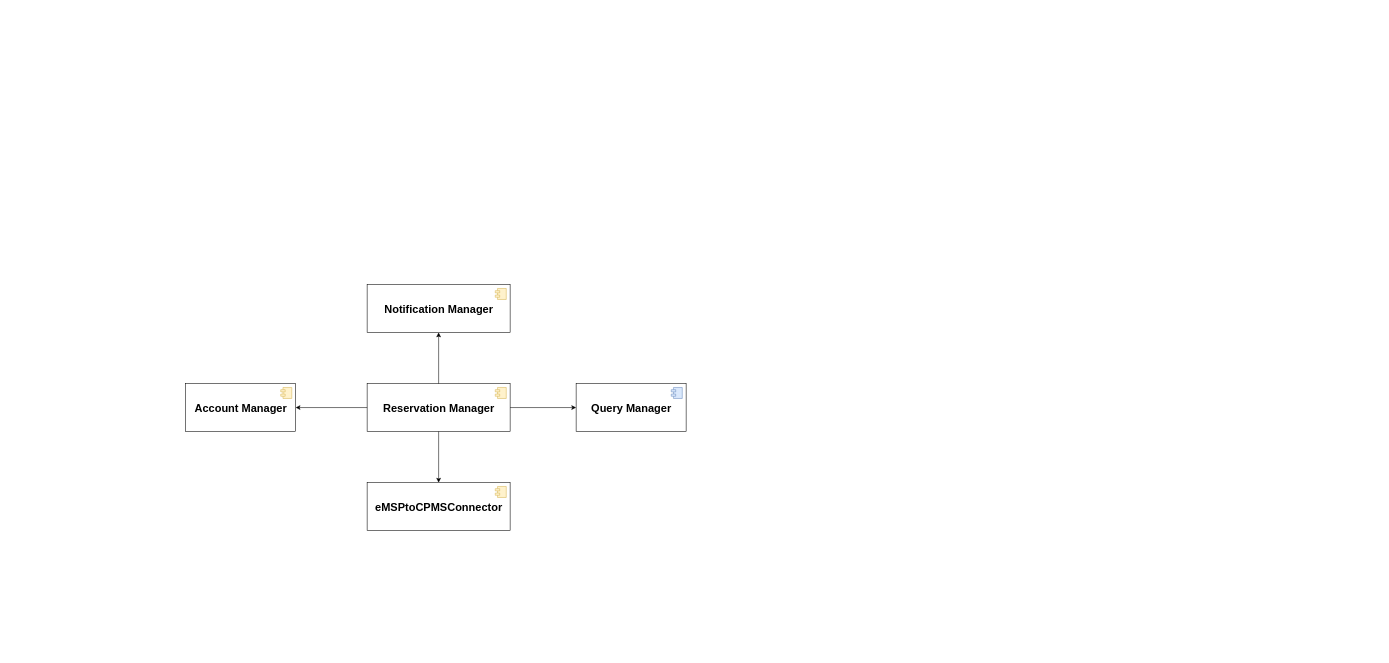
gio-del/eMall keeps this draw.io diagram as DD/src/Integration/eMSP_Overview.drawio. Above is the earlier version. Source tidied: cells renumbered, new cells numbered last; positions are measured from the earlier drawing's top-left corner, leaving out a move shared by most shapes. Both pictures are drawn from the tidied source at 55%, with x=0, y=0 at pixel (185, 284).
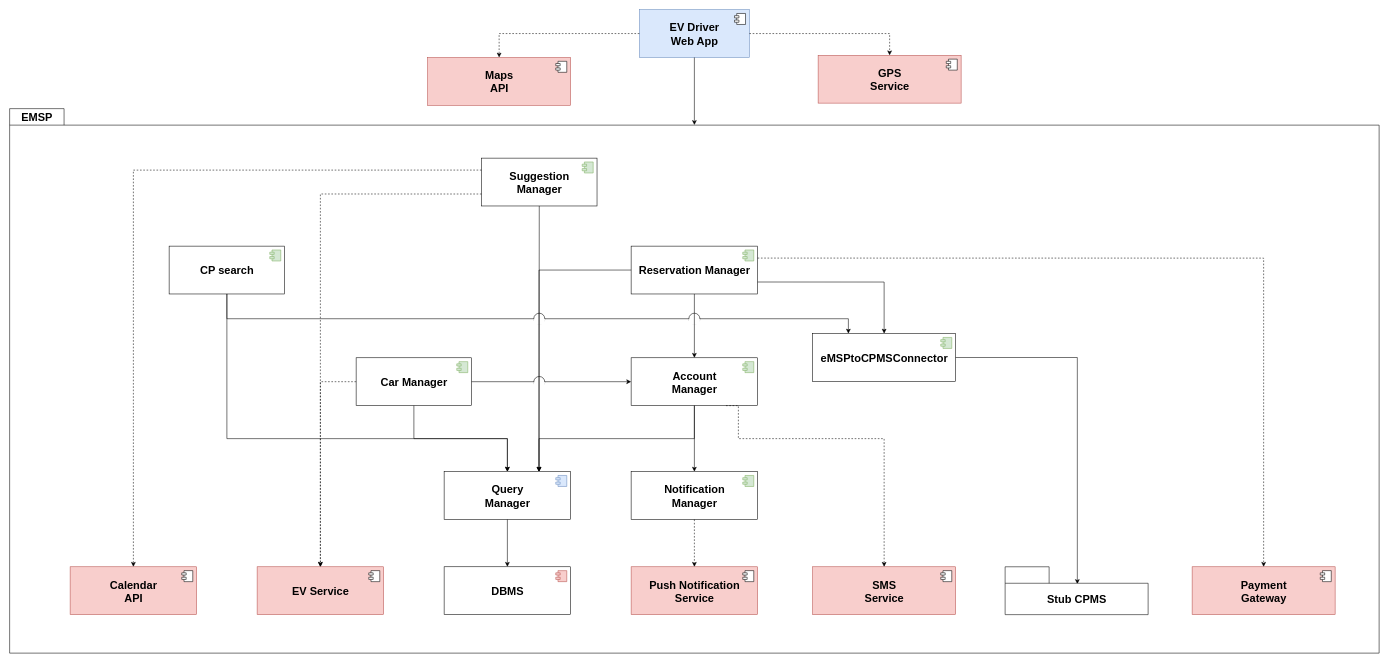
Above is the later version.

Commit message (it also covers changes not shown here):
emsp integration

Diff of the diagram source:
```diff
@@
-    <mxCell id="2" value="&lt;b style=&quot;font-size: 20px&quot;&gt;Account Manager&lt;/b&gt;" style="html=1;fontSize=20;sketch=0;" parent="1" vertex="1">
-      <mxGeometry y="180" width="200" height="87" as="geometry" />
-    </mxCell>
-    <mxCell id="3" style="shape=module;jettyWidth=8;jettyHeight=4;fontSize=20;fillColor=#fff2cc;strokeColor=#d6b656;" parent="2" vertex="1">
-      <mxGeometry x="1" width="20" height="20" relative="1" as="geometry">
-        <mxPoint x="-27" y="7" as="offset" />
-      </mxGeometry>
-    </mxCell>
-    <mxCell id="4" value="&lt;b style=&quot;font-size: 20px&quot;&gt;Query Manager&lt;/b&gt;" style="html=1;fontSize=20;fontStyle=0;" parent="1" vertex="1">
-      <mxGeometry x="710" y="180" width="200" height="87" as="geometry" />
-    </mxCell>
-    <mxCell id="5" style="shape=module;jettyWidth=8;jettyHeight=4;fontSize=20;fillColor=#dae8fc;strokeColor=#6c8ebf;" parent="4" vertex="1">
-      <mxGeometry x="1" width="20" height="20" relative="1" as="geometry">
-        <mxPoint x="-27" y="7" as="offset" />
-      </mxGeometry>
-    </mxCell>
+    <mxCell id="16" style="shape=folder;fontStyle=1;tabWidth=80;tabHeight=30;tabPosition=left;html=1;boundedLbl=1;fontSize=20;" parent="1" vertex="1">
+      <mxGeometry x="-320" y="-320" width="2490" height="990" as="geometry" />
+    </mxCell>
     <mxCell id="6" value="&lt;b&gt;Reservation Manager&lt;br&gt;&lt;/b&gt;" style="html=1;fontSize=20;sketch=0;" parent="1" vertex="1">
-      <mxGeometry x="330" y="180" width="260" height="87" as="geometry" />
+      <mxGeometry x="810" y="-70" width="230" height="87" as="geometry" />
     </mxCell>
-    <mxCell id="7" style="shape=module;jettyWidth=8;jettyHeight=4;fontSize=20;fillColor=#fff2cc;strokeColor=#d6b656;" parent="6" vertex="1">
+    <mxCell id="7" style="shape=module;jettyWidth=8;jettyHeight=4;fontSize=20;fillColor=#d5e8d4;strokeColor=#82b366;" parent="6" vertex="1">
       <mxGeometry x="1" width="20" height="20" relative="1" as="geometry">
         <mxPoint x="-27" y="7" as="offset" />
       </mxGeometry>
     </mxCell>
-    <mxCell id="8" style="endArrow=classic;html=1;entryX=1;entryY=0.5;entryDx=0;entryDy=0;exitX=0;exitY=0.5;exitDx=0;exitDy=0;" parent="1" edge="1" source="6" target="2">
-      <mxGeometry relative="1" as="geometry" />
-    </mxCell>
-    <mxCell id="9" style="endArrow=classic;html=1;entryX=0;entryY=0.5;entryDx=0;entryDy=0;exitX=1;exitY=0.5;exitDx=0;exitDy=0;" parent="1" edge="1" source="6" target="4">
-      <mxGeometry relative="1" as="geometry" />
-    </mxCell>
     <mxCell id="10" value="&lt;b&gt;eMSPtoCPMSConnector&lt;/b&gt;" style="html=1;fontSize=20;sketch=0;" parent="1" vertex="1">
-      <mxGeometry x="330" y="360" width="260" height="87" as="geometry" />
+      <mxGeometry x="1140" y="89" width="260" height="87" as="geometry" />
     </mxCell>
-    <mxCell id="11" style="shape=module;jettyWidth=8;jettyHeight=4;fontSize=20;fillColor=#fff2cc;strokeColor=#d6b656;" parent="10" vertex="1">
+    <mxCell id="11" style="shape=module;jettyWidth=8;jettyHeight=4;fontSize=20;fillColor=#d5e8d4;strokeColor=#82b366;" parent="10" vertex="1">
       <mxGeometry x="1" width="20" height="20" relative="1" as="geometry">
         <mxPoint x="-27" y="7" as="offset" />
       </mxGeometry>
     </mxCell>
-    <mxCell id="12" style="endArrow=classic;html=1;exitX=0.5;exitY=1;exitDx=0;exitDy=0;" parent="1" edge="1" source="6" target="10">
-      <mxGeometry relative="1" as="geometry" />
-    </mxCell>
-    <mxCell id="13" value="&lt;b&gt;Notification Manager&lt;/b&gt;" style="html=1;fontSize=20;sketch=0;" parent="1" vertex="1">
-      <mxGeometry x="330" width="260" height="87" as="geometry" />
+    <mxCell id="13" value="&lt;b&gt;Notification&lt;br&gt;Manager&lt;/b&gt;" style="html=1;fontSize=20;sketch=0;" parent="1" vertex="1">
+      <mxGeometry x="810" y="340" width="230" height="87" as="geometry" />
     </mxCell>
-    <mxCell id="14" style="shape=module;jettyWidth=8;jettyHeight=4;fontSize=20;fillColor=#fff2cc;strokeColor=#d6b656;" parent="13" vertex="1">
+    <mxCell id="14" style="shape=module;jettyWidth=8;jettyHeight=4;fontSize=20;fillColor=#d5e8d4;strokeColor=#82b366;" parent="13" vertex="1">
       <mxGeometry x="1" width="20" height="20" relative="1" as="geometry">
         <mxPoint x="-27" y="7" as="offset" />
       </mxGeometry>
     </mxCell>
-    <mxCell id="15" style="endArrow=classic;html=1;exitX=0.5;exitY=0;exitDx=0;exitDy=0;entryX=0.5;entryY=1;entryDx=0;entryDy=0;" parent="1" edge="1" source="6" target="13">
-      <mxGeometry relative="1" as="geometry" />
-    </mxCell>
+    <mxCell id="17" value="&lt;b style=&quot;font-size: 20px;&quot;&gt;DBMS&lt;/b&gt;" style="html=1;fontSize=20;fontStyle=0;" parent="1" vertex="1">
+      <mxGeometry x="470" y="513" width="230" height="87" as="geometry" />
+    </mxCell>
+    <mxCell id="18" style="shape=module;jettyWidth=8;jettyHeight=4;fontSize=20;fillColor=#f8cecc;strokeColor=#b85450;" parent="17" vertex="1">
+      <mxGeometry x="1" width="20" height="20" relative="1" as="geometry">
+        <mxPoint x="-27" y="7" as="offset" />
+      </mxGeometry>
+    </mxCell>
+    <mxCell id="19" value="&lt;b style=&quot;font-size: 20px&quot;&gt;EV Driver&lt;br&gt;Web App&lt;br&gt;&lt;/b&gt;" style="html=1;fontSize=20;fontStyle=0;fillColor=#dae8fc;strokeColor=#6c8ebf;" parent="1" vertex="1">
+      <mxGeometry x="825" y="-500" width="200" height="87" as="geometry" />
+    </mxCell>
+    <mxCell id="20" style="shape=module;jettyWidth=8;jettyHeight=4;fontSize=20;" parent="19" vertex="1">
+      <mxGeometry x="1" width="20" height="20" relative="1" as="geometry">
+        <mxPoint x="-27" y="7" as="offset" />
+      </mxGeometry>
+    </mxCell>
+    <mxCell id="4" value="&lt;b style=&quot;font-size: 20px&quot;&gt;Query&lt;br&gt;Manager&lt;br&gt;&lt;/b&gt;" style="html=1;fontSize=20;fontStyle=0;" parent="1" vertex="1">
+      <mxGeometry x="470" y="340" width="230" height="87" as="geometry" />
+    </mxCell>
+    <mxCell id="21" style="shape=module;jettyWidth=8;jettyHeight=4;fontSize=20;fillColor=#dae8fc;strokeColor=#6c8ebf;" parent="4" vertex="1">
+      <mxGeometry x="1" width="20" height="20" relative="1" as="geometry">
+        <mxPoint x="-27" y="7" as="offset" />
+      </mxGeometry>
+    </mxCell>
+    <mxCell id="22" value="&lt;b style=&quot;font-size: 20px&quot;&gt;Push Notification&lt;br&gt;Service&lt;br&gt;&lt;/b&gt;" style="html=1;fontSize=20;fontStyle=0;fillColor=#f8cecc;strokeColor=#b85450;" parent="1" vertex="1">
+      <mxGeometry x="810" y="513" width="230" height="87" as="geometry" />
+    </mxCell>
+    <mxCell id="23" style="shape=module;jettyWidth=8;jettyHeight=4;fontSize=20;" parent="22" vertex="1">
+      <mxGeometry x="1" width="20" height="20" relative="1" as="geometry">
+        <mxPoint x="-27" y="7" as="offset" />
+      </mxGeometry>
+    </mxCell>
+    <mxCell id="24" style="endArrow=classic;html=1;exitX=0.5;exitY=1;exitDx=0;exitDy=0;entryX=0.5;entryY=0;entryDx=0;entryDy=0;dashed=1;" parent="1" edge="1" source="13" target="22">
+      <mxGeometry relative="1" as="geometry" />
+    </mxCell>
+    <mxCell id="25" style="endArrow=classic;html=1;exitX=0.5;exitY=1;exitDx=0;exitDy=0;" parent="1" edge="1" source="4" target="17">
+      <mxGeometry relative="1" as="geometry" />
+    </mxCell>
+    <mxCell id="2" value="&lt;b style=&quot;font-size: 20px&quot;&gt;Account&lt;br&gt;Manager&lt;br&gt;&lt;/b&gt;" style="html=1;fontSize=20;fontStyle=0;" parent="1" vertex="1">
+      <mxGeometry x="810" y="133" width="230" height="87" as="geometry" />
+    </mxCell>
+    <mxCell id="26" style="shape=module;jettyWidth=8;jettyHeight=4;fontSize=20;fillColor=#d5e8d4;strokeColor=#82b366;" parent="2" vertex="1">
+      <mxGeometry x="1" width="20" height="20" relative="1" as="geometry">
+        <mxPoint x="-27" y="7" as="offset" />
+      </mxGeometry>
+    </mxCell>
+    <mxCell id="27" style="endArrow=classic;html=1;exitX=0.5;exitY=1;exitDx=0;exitDy=0;edgeStyle=orthogonalEdgeStyle;rounded=0;entryX=0.75;entryY=0;entryDx=0;entryDy=0;" parent="1" edge="1" source="2" target="4">
+      <mxGeometry relative="1" as="geometry">
+        <Array as="points">
+          <mxPoint x="925" y="280" />
+          <mxPoint x="643" y="280" />
+          <mxPoint x="643" y="340" />
+        </Array>
+      </mxGeometry>
+    </mxCell>
+    <mxCell id="28" value="&lt;b style=&quot;font-size: 20px&quot;&gt;SMS&lt;br&gt;Service&lt;br&gt;&lt;/b&gt;" style="html=1;fontSize=20;fontStyle=0;fillColor=#f8cecc;strokeColor=#b85450;" parent="1" vertex="1">
+      <mxGeometry x="1140" y="513" width="260" height="87" as="geometry" />
+    </mxCell>
+    <mxCell id="29" style="shape=module;jettyWidth=8;jettyHeight=4;fontSize=20;" parent="28" vertex="1">
+      <mxGeometry x="1" width="20" height="20" relative="1" as="geometry">
+        <mxPoint x="-27" y="7" as="offset" />
+      </mxGeometry>
+    </mxCell>
+    <mxCell id="30" style="endArrow=classic;html=1;rounded=0;exitX=0.75;exitY=1;exitDx=0;exitDy=0;entryX=0.5;entryY=0;entryDx=0;entryDy=0;dashed=1;edgeStyle=orthogonalEdgeStyle;" parent="1" edge="1" source="2" target="28">
+      <mxGeometry relative="1" as="geometry">
+        <Array as="points">
+          <mxPoint x="1005" y="280" />
+          <mxPoint x="1270" y="280" />
+        </Array>
+      </mxGeometry>
+    </mxCell>
+    <mxCell id="31" style="endArrow=classic;html=1;rounded=0;exitX=0.5;exitY=1;exitDx=0;exitDy=0;entryX=0.5;entryY=0;entryDx=0;entryDy=0;edgeStyle=orthogonalEdgeStyle;" parent="1" edge="1" source="2" target="13">
+      <mxGeometry relative="1" as="geometry" />
+    </mxCell>
+    <mxCell id="12" style="endArrow=classic;html=1;rounded=0;exitX=1;exitY=0.75;exitDx=0;exitDy=0;entryX=0.5;entryY=0;entryDx=0;entryDy=0;edgeStyle=orthogonalEdgeStyle;" parent="1" edge="1" source="6" target="10">
+      <mxGeometry relative="1" as="geometry" />
+    </mxCell>
+    <mxCell id="32" value="&lt;b style=&quot;font-size: 20px&quot;&gt;Payment&lt;br&gt;Gateway&lt;br&gt;&lt;/b&gt;" style="html=1;fontSize=20;fontStyle=0;fillColor=#f8cecc;strokeColor=#b85450;" parent="1" vertex="1">
+      <mxGeometry x="1830" y="513" width="260" height="87" as="geometry" />
+    </mxCell>
+    <mxCell id="33" style="shape=module;jettyWidth=8;jettyHeight=4;fontSize=20;" parent="32" vertex="1">
+      <mxGeometry x="1" width="20" height="20" relative="1" as="geometry">
+        <mxPoint x="-27" y="7" as="offset" />
+      </mxGeometry>
+    </mxCell>
+    <mxCell id="34" style="endArrow=classic;html=1;rounded=0;exitX=1;exitY=0.25;exitDx=0;exitDy=0;entryX=0.5;entryY=0;entryDx=0;entryDy=0;edgeStyle=orthogonalEdgeStyle;dashed=1;" parent="1" edge="1" source="6" target="32">
+      <mxGeometry relative="1" as="geometry">
+        <Array as="points">
+          <mxPoint x="1960" y="-48" />
+        </Array>
+      </mxGeometry>
+    </mxCell>
+    <mxCell id="35" style="endArrow=classic;html=1;rounded=0;exitX=1;exitY=0.5;exitDx=0;exitDy=0;entryX=0.505;entryY=0.36;entryDx=0;entryDy=0;edgeStyle=orthogonalEdgeStyle;entryPerimeter=0;" parent="1" edge="1" source="10" target="64">
+      <mxGeometry relative="1" as="geometry" />
+    </mxCell>
+    <mxCell id="36" value="&lt;b&gt;CP search&lt;br&gt;&lt;/b&gt;" style="html=1;fontSize=20;sketch=0;" parent="1" vertex="1">
+      <mxGeometry x="-30" y="-70" width="210" height="87" as="geometry" />
+    </mxCell>
+    <mxCell id="37" style="shape=module;jettyWidth=8;jettyHeight=4;fontSize=20;fillColor=#d5e8d4;strokeColor=#82b366;" parent="36" vertex="1">
+      <mxGeometry x="1" width="20" height="20" relative="1" as="geometry">
+        <mxPoint x="-27" y="7" as="offset" />
+      </mxGeometry>
+    </mxCell>
+    <mxCell id="38" style="endArrow=classic;html=1;rounded=0;exitX=0.5;exitY=1;exitDx=0;exitDy=0;entryX=0.25;entryY=0;entryDx=0;entryDy=0;edgeStyle=orthogonalEdgeStyle;" parent="1" edge="1" source="36" target="10">
+      <mxGeometry relative="1" as="geometry">
+        <Array as="points">
+          <mxPoint x="75" y="62" />
+          <mxPoint x="1205" y="62" />
+        </Array>
+      </mxGeometry>
+    </mxCell>
+    <mxCell id="39" style="group;" parent="1" vertex="1">
+      <mxGeometry x="915" y="52" width="20" height="21" as="geometry" />
+    </mxCell>
+    <mxCell id="40" style="ellipse;whiteSpace=wrap;html=1;" parent="39" vertex="1">
+      <mxGeometry width="20" height="20" as="geometry" />
+    </mxCell>
+    <mxCell id="41" style="rounded=0;whiteSpace=wrap;html=1;strokeColor=#FFFFFF;" parent="39" vertex="1">
+      <mxGeometry y="11" width="20" height="10" as="geometry" />
+    </mxCell>
+    <mxCell id="8" style="endArrow=classic;html=1;rounded=0;exitX=0.5;exitY=1;exitDx=0;exitDy=0;entryX=0.5;entryY=0;entryDx=0;entryDy=0;" parent="1" edge="1" source="6" target="2">
+      <mxGeometry relative="1" as="geometry" />
+    </mxCell>
+    <mxCell id="42" style="endArrow=classic;html=1;rounded=0;exitX=0.5;exitY=1;exitDx=0;exitDy=0;entryX=0.5;entryY=0;entryDx=0;entryDy=0;edgeStyle=orthogonalEdgeStyle;" parent="1" edge="1" source="36" target="4">
+      <mxGeometry relative="1" as="geometry">
+        <Array as="points">
+          <mxPoint x="75" y="280" />
+          <mxPoint x="585" y="280" />
+        </Array>
+      </mxGeometry>
+    </mxCell>
+    <mxCell id="43" value="&lt;b&gt;Car Manager&lt;br&gt;&lt;/b&gt;" style="html=1;fontSize=20;sketch=0;" parent="1" vertex="1">
+      <mxGeometry x="310" y="133" width="210" height="87" as="geometry" />
+    </mxCell>
+    <mxCell id="44" style="shape=module;jettyWidth=8;jettyHeight=4;fontSize=20;fillColor=#d5e8d4;strokeColor=#82b366;" parent="43" vertex="1">
+      <mxGeometry x="1" width="20" height="20" relative="1" as="geometry">
+        <mxPoint x="-27" y="7" as="offset" />
+      </mxGeometry>
+    </mxCell>
+    <mxCell id="45" value="&lt;b&gt;Suggestion&lt;br&gt;Manager&lt;br&gt;&lt;/b&gt;" style="html=1;fontSize=20;sketch=0;" parent="1" vertex="1">
+      <mxGeometry x="538" y="-230" width="210" height="87" as="geometry" />
+    </mxCell>
+    <mxCell id="46" style="shape=module;jettyWidth=8;jettyHeight=4;fontSize=20;fillColor=#d5e8d4;strokeColor=#82b366;" parent="45" vertex="1">
+      <mxGeometry x="1" width="20" height="20" relative="1" as="geometry">
+        <mxPoint x="-27" y="7" as="offset" />
+      </mxGeometry>
+    </mxCell>
+    <mxCell id="47" style="group;" parent="1" vertex="1">
+      <mxGeometry x="633" y="52" width="20" height="21" as="geometry" />
+    </mxCell>
+    <mxCell id="48" style="ellipse;whiteSpace=wrap;html=1;" parent="47" vertex="1">
+      <mxGeometry width="20" height="20" as="geometry" />
+    </mxCell>
+    <mxCell id="49" style="rounded=0;whiteSpace=wrap;html=1;strokeColor=#FFFFFF;" parent="47" vertex="1">
+      <mxGeometry y="11" width="20" height="10" as="geometry" />
+    </mxCell>
+    <mxCell id="50" style="endArrow=classic;html=1;rounded=0;exitX=0.5;exitY=1;exitDx=0;exitDy=0;entryX=0.5;entryY=0;entryDx=0;entryDy=0;edgeStyle=orthogonalEdgeStyle;" parent="1" edge="1" source="43" target="4">
+      <mxGeometry relative="1" as="geometry" />
+    </mxCell>
+    <mxCell id="51" style="endArrow=classic;html=1;rounded=0;exitX=1;exitY=0.5;exitDx=0;exitDy=0;entryX=0;entryY=0.5;entryDx=0;entryDy=0;" parent="1" edge="1" source="43" target="2">
+      <mxGeometry relative="1" as="geometry" />
+    </mxCell>
+    <mxCell id="52" style="group;" parent="1" vertex="1">
+      <mxGeometry x="633" y="167" width="20" height="21" as="geometry" />
+    </mxCell>
+    <mxCell id="53" style="ellipse;whiteSpace=wrap;html=1;" parent="52" vertex="1">
+      <mxGeometry width="20" height="20" as="geometry" />
+    </mxCell>
+    <mxCell id="54" style="rounded=0;whiteSpace=wrap;html=1;strokeColor=#FFFFFF;" parent="52" vertex="1">
+      <mxGeometry y="11" width="20" height="10" as="geometry" />
+    </mxCell>
+    <mxCell id="55" style="endArrow=classic;html=1;rounded=0;exitX=0.5;exitY=1;exitDx=0;exitDy=0;entryX=0.75;entryY=0;entryDx=0;entryDy=0;" parent="1" edge="1" source="45" target="4">
+      <mxGeometry relative="1" as="geometry" />
+    </mxCell>
+    <mxCell id="9" style="edgeStyle=orthogonalEdgeStyle;rounded=0;html=1;exitX=0;exitY=0.5;exitDx=0;exitDy=0;entryX=0.75;entryY=0;entryDx=0;entryDy=0;" parent="1" edge="1" source="6" target="4">
+      <mxGeometry relative="1" as="geometry">
+        <Array as="points">
+          <mxPoint x="643" y="-26" />
+          <mxPoint x="643" y="340" />
+        </Array>
+      </mxGeometry>
+    </mxCell>
+    <mxCell id="56" value="&lt;b style=&quot;font-size: 20px&quot;&gt;EV Service&lt;br&gt;&lt;/b&gt;" style="html=1;fontSize=20;fontStyle=0;fillColor=#f8cecc;strokeColor=#b85450;" parent="1" vertex="1">
+      <mxGeometry x="130" y="513" width="230" height="87" as="geometry" />
+    </mxCell>
+    <mxCell id="57" style="shape=module;jettyWidth=8;jettyHeight=4;fontSize=20;" parent="56" vertex="1">
+      <mxGeometry x="1" width="20" height="20" relative="1" as="geometry">
+        <mxPoint x="-27" y="7" as="offset" />
+      </mxGeometry>
+    </mxCell>
+    <mxCell id="58" value="&lt;b style=&quot;font-size: 20px&quot;&gt;Calendar&lt;br&gt;API&lt;br&gt;&lt;/b&gt;" style="html=1;fontSize=20;fontStyle=0;fillColor=#f8cecc;strokeColor=#b85450;" parent="1" vertex="1">
+      <mxGeometry x="-210" y="513" width="230" height="87" as="geometry" />
+    </mxCell>
+    <mxCell id="59" style="shape=module;jettyWidth=8;jettyHeight=4;fontSize=20;" parent="58" vertex="1">
+      <mxGeometry x="1" width="20" height="20" relative="1" as="geometry">
+        <mxPoint x="-27" y="7" as="offset" />
+      </mxGeometry>
+    </mxCell>
+    <mxCell id="60" style="endArrow=classic;html=1;rounded=0;exitX=0;exitY=0.5;exitDx=0;exitDy=0;entryX=0.5;entryY=0;entryDx=0;entryDy=0;edgeStyle=orthogonalEdgeStyle;dashed=1;" parent="1" edge="1" source="43" target="56">
+      <mxGeometry relative="1" as="geometry" />
+    </mxCell>
+    <mxCell id="61" style="endArrow=classic;html=1;rounded=0;dashed=1;exitX=0;exitY=0.75;exitDx=0;exitDy=0;entryX=0.5;entryY=0;entryDx=0;entryDy=0;edgeStyle=orthogonalEdgeStyle;" parent="1" edge="1" source="45" target="56">
+      <mxGeometry relative="1" as="geometry">
+        <Array as="points">
+          <mxPoint x="245" y="-165" />
+        </Array>
+      </mxGeometry>
+    </mxCell>
+    <mxCell id="62" style="endArrow=classic;html=1;rounded=0;dashed=1;exitX=0;exitY=0.25;exitDx=0;exitDy=0;entryX=0.5;entryY=0;entryDx=0;entryDy=0;edgeStyle=orthogonalEdgeStyle;" parent="1" edge="1" source="45" target="58">
+      <mxGeometry relative="1" as="geometry" />
+    </mxCell>
+    <mxCell id="63" style="endArrow=classic;html=1;rounded=0;exitX=0.5;exitY=1;exitDx=0;exitDy=0;entryX=0.5;entryY=0.03;entryDx=0;entryDy=0;entryPerimeter=0;" parent="1" edge="1" source="19" target="16">
+      <mxGeometry relative="1" as="geometry" />
+    </mxCell>
+    <mxCell id="64" value="Stub CPMS" style="shape=folder;fontStyle=1;tabWidth=80;tabHeight=30;tabPosition=left;html=1;boundedLbl=1;fontSize=20;" parent="1" vertex="1">
+      <mxGeometry x="1490" y="513" width="260" height="87" as="geometry" />
+    </mxCell>
+    <mxCell id="65" value="&lt;b style=&quot;font-size: 20px;&quot;&gt;EMSP&lt;/b&gt;" style="text;html=1;strokeColor=none;fillColor=none;align=center;verticalAlign=middle;whiteSpace=wrap;rounded=0;fontSize=20;" parent="1" vertex="1">
+      <mxGeometry x="-320" y="-320" width="100" height="30" as="geometry" />
+    </mxCell>
+    <mxCell id="66" value="&lt;b style=&quot;font-size: 20px&quot;&gt;Maps&lt;br&gt;API&lt;br&gt;&lt;/b&gt;" style="html=1;fontSize=20;fontStyle=0;fillColor=#f8cecc;strokeColor=#b85450;" parent="1" vertex="1">
+      <mxGeometry x="440" y="-413" width="260" height="87" as="geometry" />
+    </mxCell>
+    <mxCell id="67" style="shape=module;jettyWidth=8;jettyHeight=4;fontSize=20;" parent="66" vertex="1">
+      <mxGeometry x="1" width="20" height="20" relative="1" as="geometry">
+        <mxPoint x="-27" y="7" as="offset" />
+      </mxGeometry>
+    </mxCell>
+    <mxCell id="68" value="&lt;b style=&quot;font-size: 20px&quot;&gt;GPS&lt;br&gt;Service&lt;br&gt;&lt;/b&gt;" style="html=1;fontSize=20;fontStyle=0;fillColor=#f8cecc;strokeColor=#b85450;" parent="1" vertex="1">
+      <mxGeometry x="1150" y="-417" width="260" height="87" as="geometry" />
+    </mxCell>
+    <mxCell id="69" style="shape=module;jettyWidth=8;jettyHeight=4;fontSize=20;" parent="68" vertex="1">
+      <mxGeometry x="1" width="20" height="20" relative="1" as="geometry">
+        <mxPoint x="-27" y="7" as="offset" />
+      </mxGeometry>
+    </mxCell>
+    <mxCell id="70" style="endArrow=classic;html=1;rounded=0;exitX=0;exitY=0.5;exitDx=0;exitDy=0;entryX=0.5;entryY=0;entryDx=0;entryDy=0;edgeStyle=orthogonalEdgeStyle;dashed=1;" parent="1" edge="1" source="19" target="66">
+      <mxGeometry relative="1" as="geometry" />
+    </mxCell>
+    <mxCell id="71" style="endArrow=classic;html=1;rounded=0;exitX=1;exitY=0.5;exitDx=0;exitDy=0;entryX=0.5;entryY=0;entryDx=0;entryDy=0;edgeStyle=orthogonalEdgeStyle;dashed=1;" parent="1" edge="1" source="19" target="68">
+      <mxGeometry relative="1" as="geometry" />
+    </mxCell>
```
